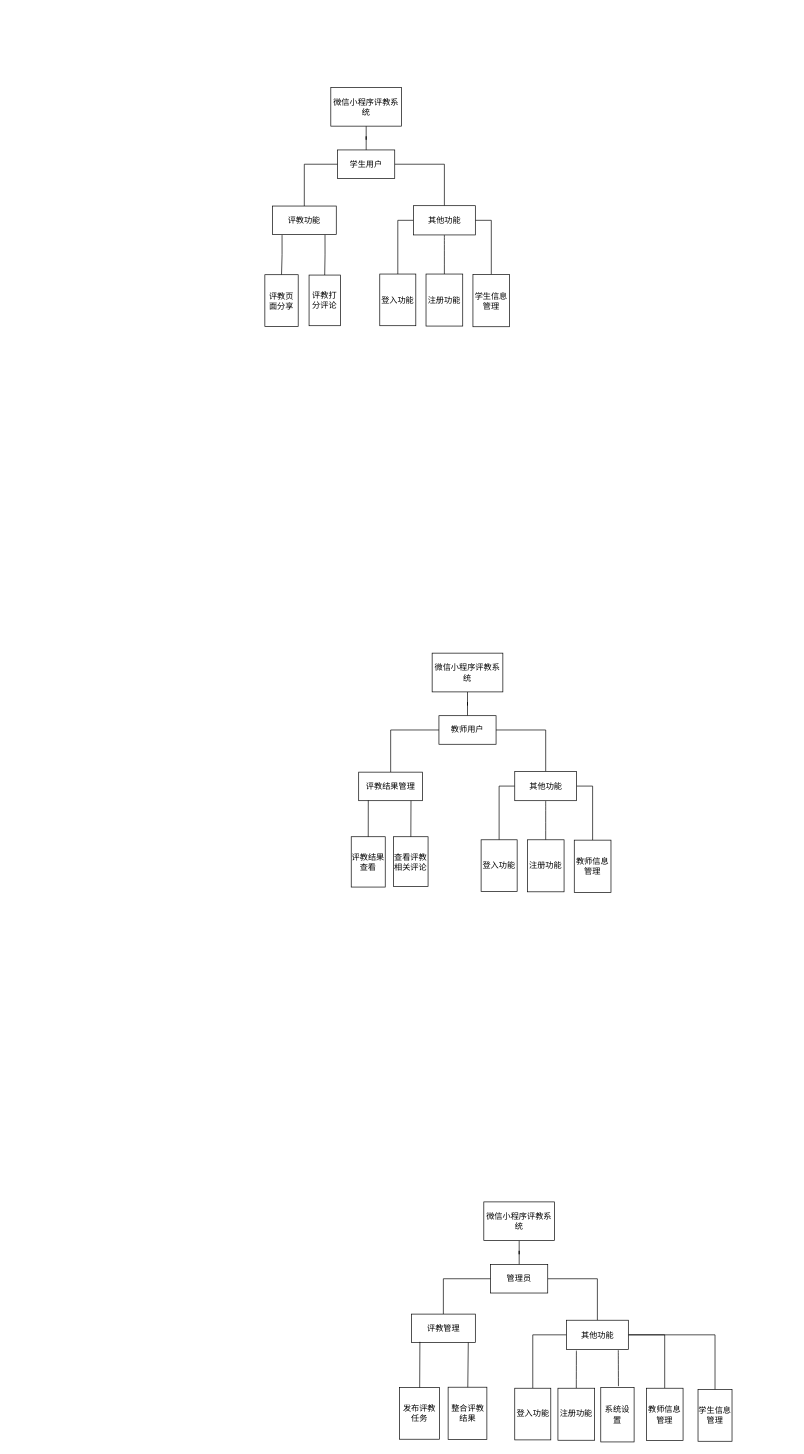
This is page "功能图" (6 of 7) of 未命名绘图.drawio from mao-user/2024code, a draw.io file, before an edit. Source tidied: cells renumbered, new cells numbered last; positions are measured from the earlier drawing's top-left corner, leaving out a move shared by most shapes. Both pictures are drawn from the tidied source at 68%, with x=0, y=0 at pixel (265, 87).
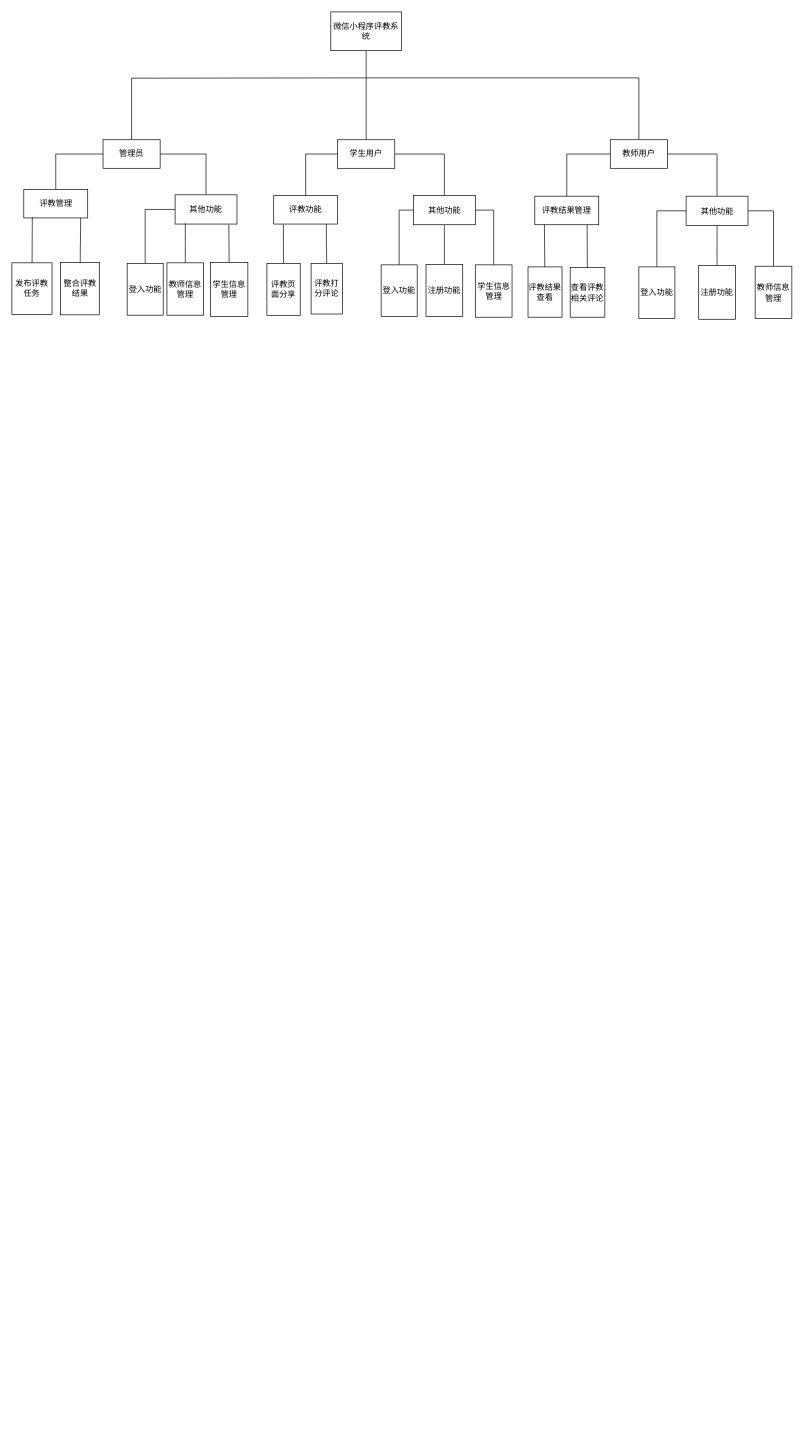
The same diagram, later.

Change to the diagram source:
```diff
@@
     <mxCell id="3" value="微信小程序评教系统" style="rounded=0;whiteSpace=wrap;html=1;" parent="1" vertex="1">
-      <mxGeometry x="97" width="104" height="57" as="geometry" />
+      <mxGeometry x="97" y="-111" width="104" height="57" as="geometry" />
     </mxCell>
-    <mxCell id="4" style="edgeStyle=orthogonalEdgeStyle;rounded=0;jettySize=auto;html=1;entryX=0.5;entryY=0;entryDx=0;entryDy=0;fontSize=12;startSize=8;endSize=8;endArrow=none;startFill=0;" parent="1" edge="1" source="6" target="9">
-      <mxGeometry relative="1" as="geometry" />
-    </mxCell>
@@
     <mxCell id="6" value="学生用户" style="rounded=0;whiteSpace=wrap;html=1;" parent="1" vertex="1">
-      <mxGeometry x="107" y="92" width="84" height="42" as="geometry" />
+      <mxGeometry x="107" y="77" width="84" height="42" as="geometry" />
     </mxCell>
@@
+    <mxCell id="58" style="edgeStyle=orthogonalEdgeStyle;rounded=0;jettySize=auto;html=1;exitX=0.5;exitY=0;exitDx=0;exitDy=0;entryX=0;entryY=0.5;entryDx=0;entryDy=0;fontSize=12;startSize=8;endSize=8;endArrow=none;startFill=0;" parent="1" edge="1" source="9" target="6">
+      <mxGeometry relative="1" as="geometry" />
+    </mxCell>
     <mxCell id="9" value="评教功能" style="rounded=0;whiteSpace=wrap;html=1;" parent="1" vertex="1">
-      <mxGeometry x="11" y="174.5" width="94" height="42" as="geometry" />
+      <mxGeometry x="13" y="159" width="94" height="42" as="geometry" />
     </mxCell>
@@
     <mxCell id="13" value="其他功能" style="rounded=0;whiteSpace=wrap;html=1;" parent="1" vertex="1">
-      <mxGeometry x="218.5" y="174" width="91" height="43" as="geometry" />
+      <mxGeometry x="218.5" y="159" width="91" height="43" as="geometry" />
     </mxCell>
     <mxCell id="14" value="评教页面分享" style="rounded=0;whiteSpace=wrap;html=1;" parent="1" vertex="1">
-      <mxGeometry y="275.5" width="49" height="76" as="geometry" />
+      <mxGeometry x="3" y="259.2" width="49" height="76" as="geometry" />
     </mxCell>
     <mxCell id="15" value="评教打分评论" style="rounded=0;whiteSpace=wrap;html=1;" parent="1" vertex="1">
-      <mxGeometry x="65" y="276" width="46" height="74.5" as="geometry" />
+      <mxGeometry x="68" y="258.8" width="46" height="74.5" as="geometry" />
     </mxCell>
     <mxCell id="16" value="登入功能" style="rounded=0;whiteSpace=wrap;html=1;" parent="1" vertex="1">
-      <mxGeometry x="169" y="274.5" width="53" height="76" as="geometry" />
+      <mxGeometry x="171" y="261" width="53" height="76" as="geometry" />
     </mxCell>
     <mxCell id="17" value="注册功能" style="rounded=0;whiteSpace=wrap;html=1;" parent="1" vertex="1">
-      <mxGeometry x="237" y="274.5" width="54" height="76.5" as="geometry" />
+      <mxGeometry x="237" y="260.5" width="54" height="76.5" as="geometry" />
     </mxCell>
     <mxCell id="18" value="学生信息管理" style="rounded=0;whiteSpace=wrap;html=1;" parent="1" vertex="1">
-      <mxGeometry x="306" y="275" width="54" height="77" as="geometry" />
+      <mxGeometry x="309.5" y="261" width="54" height="77" as="geometry" />
     </mxCell>
-    <mxCell id="19" style="edgeStyle=orthogonalEdgeStyle;rounded=0;jettySize=auto;html=1;fontSize=12;startSize=8;endSize=8;endArrow=none;endFill=1;startFill=0;" parent="1" edge="1" source="20" target="23">
-      <mxGeometry relative="1" as="geometry" />
-    </mxCell>
-    <mxCell id="20" value="微信小程序评教系统" style="rounded=0;whiteSpace=wrap;html=1;" parent="1" vertex="1">
-      <mxGeometry x="246" y="832" width="104" height="57" as="geometry" />
-    </mxCell>
+    <mxCell id="59" style="edgeStyle=orthogonalEdgeStyle;rounded=0;jettySize=auto;html=1;fontSize=12;startSize=8;endSize=8;endArrow=none;endFill=1;startFill=0;" parent="1" edge="1" target="23">
+      <mxGeometry relative="1" as="geometry">
+        <mxPoint x="149" y="-14" as="sourcePoint" />
+        <Array as="points">
+          <mxPoint x="550" y="-14" />
+        </Array>
+      </mxGeometry>
+    </mxCell>
@@
-    <mxCell id="22" style="edgeStyle=orthogonalEdgeStyle;rounded=0;jettySize=auto;html=1;entryX=0.5;entryY=0;entryDx=0;entryDy=0;fontSize=12;startSize=8;endSize=8;exitX=1;exitY=0.5;exitDx=0;exitDy=0;endArrow=none;startFill=0;" parent="1" edge="1" source="23" target="28">
-      <mxGeometry relative="1" as="geometry" />
-    </mxCell>
+    <mxCell id="60" style="edgeStyle=orthogonalEdgeStyle;rounded=0;jettySize=auto;html=1;entryX=0.5;entryY=0;entryDx=0;entryDy=0;fontSize=12;startSize=8;endSize=8;exitX=1;exitY=0.5;exitDx=0;exitDy=0;endArrow=none;startFill=0;" parent="1" edge="1" source="23" target="64">
+      <mxGeometry relative="1" as="geometry" />
+    </mxCell>
     <mxCell id="23" value="教师用户" style="rounded=0;whiteSpace=wrap;html=1;" parent="1" vertex="1">
-      <mxGeometry x="256" y="924" width="84" height="42" as="geometry" />
+      <mxGeometry x="508" y="77" width="84" height="42" as="geometry" />
     </mxCell>
     <mxCell id="24" value="评教结果管理" style="rounded=0;whiteSpace=wrap;html=1;" parent="1" vertex="1">
-      <mxGeometry x="138" y="1007" width="94" height="42" as="geometry" />
+      <mxGeometry x="397" y="160" width="94" height="42" as="geometry" />
     </mxCell>
-    <mxCell id="25" style="edgeStyle=orthogonalEdgeStyle;rounded=0;jettySize=auto;html=1;exitX=0;exitY=0.5;exitDx=0;exitDy=0;entryX=0.5;entryY=0;entryDx=0;entryDy=0;fontSize=12;startSize=8;endSize=8;endArrow=none;startFill=0;" parent="1" edge="1" source="28" target="31">
-      <mxGeometry relative="1" as="geometry" />
-    </mxCell>
-    <mxCell id="26" style="edgeStyle=none;curved=1;rounded=0;jettySize=auto;html=1;exitX=0.5;exitY=1;exitDx=0;exitDy=0;entryX=0.5;entryY=0;entryDx=0;entryDy=0;fontSize=12;startSize=8;endSize=8;endArrow=none;startFill=0;" parent="1" edge="1" source="28" target="32">
-      <mxGeometry relative="1" as="geometry" />
-    </mxCell>
-    <mxCell id="27" style="edgeStyle=orthogonalEdgeStyle;rounded=0;jettySize=auto;html=1;exitX=1;exitY=0.5;exitDx=0;exitDy=0;entryX=0.5;entryY=0;entryDx=0;entryDy=0;fontSize=12;startSize=8;endSize=8;endArrow=none;startFill=0;" parent="1" edge="1" source="28" target="33">
-      <mxGeometry relative="1" as="geometry" />
-    </mxCell>
-    <mxCell id="28" value="其他功能" style="rounded=0;whiteSpace=wrap;html=1;" parent="1" vertex="1">
-      <mxGeometry x="367.5" y="1006" width="91" height="43" as="geometry" />
-    </mxCell>
+    <mxCell id="61" style="edgeStyle=orthogonalEdgeStyle;rounded=0;jettySize=auto;html=1;exitX=0;exitY=0.5;exitDx=0;exitDy=0;entryX=0.5;entryY=0;entryDx=0;entryDy=0;fontSize=12;startSize=8;endSize=8;endArrow=none;startFill=0;" parent="1" edge="1" source="64" target="65">
+      <mxGeometry relative="1" as="geometry" />
+    </mxCell>
+    <mxCell id="62" style="edgeStyle=none;curved=1;rounded=0;jettySize=auto;html=1;exitX=0.5;exitY=1;exitDx=0;exitDy=0;entryX=0.5;entryY=0;entryDx=0;entryDy=0;fontSize=12;startSize=8;endSize=8;endArrow=none;startFill=0;" parent="1" edge="1" source="64" target="66">
+      <mxGeometry relative="1" as="geometry" />
+    </mxCell>
+    <mxCell id="63" style="edgeStyle=orthogonalEdgeStyle;rounded=0;jettySize=auto;html=1;exitX=1;exitY=0.5;exitDx=0;exitDy=0;entryX=0.5;entryY=0;entryDx=0;entryDy=0;fontSize=12;startSize=8;endSize=8;endArrow=none;startFill=0;" parent="1" edge="1" source="64" target="67">
+      <mxGeometry relative="1" as="geometry" />
+    </mxCell>
+    <mxCell id="64" value="其他功能" style="rounded=0;whiteSpace=wrap;html=1;" parent="1" vertex="1">
+      <mxGeometry x="619.5" y="160" width="91" height="43" as="geometry" />
+    </mxCell>
     <mxCell id="29" value="评教结果查看" style="rounded=0;whiteSpace=wrap;html=1;" parent="1" vertex="1">
-      <mxGeometry x="127" y="1102" width="50" height="74" as="geometry" />
+      <mxGeometry x="387" y="264" width="50" height="74" as="geometry" />
     </mxCell>
     <mxCell id="30" value="查看评教相关评论" style="rounded=0;whiteSpace=wrap;html=1;" parent="1" vertex="1">
-      <mxGeometry x="189" y="1102" width="51" height="73" as="geometry" />
+      <mxGeometry x="449" y="265" width="51" height="73" as="geometry" />
     </mxCell>
-    <mxCell id="31" value="登入功能" style="rounded=0;whiteSpace=wrap;html=1;" parent="1" vertex="1">
-      <mxGeometry x="318" y="1106.5" width="53" height="76" as="geometry" />
-    </mxCell>
-    <mxCell id="32" value="注册功能" style="rounded=0;whiteSpace=wrap;html=1;" parent="1" vertex="1">
-      <mxGeometry x="386" y="1106.5" width="54" height="76.5" as="geometry" />
-    </mxCell>
-    <mxCell id="33" value="教师信息管理" style="rounded=0;whiteSpace=wrap;html=1;" parent="1" vertex="1">
-      <mxGeometry x="455" y="1107" width="54" height="77" as="geometry" />
-    </mxCell>
-    <mxCell id="34" style="edgeStyle=orthogonalEdgeStyle;rounded=0;jettySize=auto;html=1;fontSize=12;startSize=8;endSize=8;endArrow=none;startFill=0;" parent="1" edge="1" source="35" target="38">
-      <mxGeometry relative="1" as="geometry" />
-    </mxCell>
-    <mxCell id="35" value="微信小程序评教系统" style="rounded=0;whiteSpace=wrap;html=1;" parent="1" vertex="1">
-      <mxGeometry x="322" y="1639" width="104" height="57" as="geometry" />
-    </mxCell>
+    <mxCell id="65" value="登入功能" style="rounded=0;whiteSpace=wrap;html=1;" parent="1" vertex="1">
+      <mxGeometry x="550" y="264" width="53" height="76" as="geometry" />
+    </mxCell>
+    <mxCell id="66" value="注册功能" style="rounded=0;whiteSpace=wrap;html=1;" parent="1" vertex="1">
+      <mxGeometry x="638" y="262" width="54" height="79" as="geometry" />
+    </mxCell>
+    <mxCell id="67" value="教师信息管理" style="rounded=0;whiteSpace=wrap;html=1;" parent="1" vertex="1">
+      <mxGeometry x="721" y="263" width="54" height="77" as="geometry" />
+    </mxCell>
+    <mxCell id="54" style="edgeStyle=none;rounded=0;jettySize=auto;html=1;entryX=0.15;entryY=0.989;entryDx=0;entryDy=0;entryPerimeter=0;endArrow=none;startFill=0;" parent="1" edge="1" source="29" target="24">
+      <mxGeometry relative="1" as="geometry" />
+    </mxCell>
+    <mxCell id="55" style="edgeStyle=none;rounded=0;jettySize=auto;html=1;entryX=0.818;entryY=1.002;entryDx=0;entryDy=0;entryPerimeter=0;endArrow=none;startFill=0;" parent="1" edge="1" source="30" target="24">
+      <mxGeometry relative="1" as="geometry" />
+    </mxCell>
+    <mxCell id="68" style="edgeStyle=orthogonalEdgeStyle;rounded=0;jettySize=auto;html=1;fontSize=12;startSize=8;endSize=8;endArrow=none;startFill=0;" parent="1" edge="1" target="38">
+      <mxGeometry relative="1" as="geometry">
+        <mxPoint x="149" y="-14" as="sourcePoint" />
+      </mxGeometry>
+    </mxCell>
@@
-    <mxCell id="37" style="edgeStyle=orthogonalEdgeStyle;rounded=0;jettySize=auto;html=1;entryX=0.5;entryY=0;entryDx=0;entryDy=0;fontSize=12;startSize=8;endSize=8;exitX=1;exitY=0.5;exitDx=0;exitDy=0;endArrow=none;startFill=0;" parent="1" edge="1" source="38" target="45">
-      <mxGeometry relative="1" as="geometry" />
-    </mxCell>
+    <mxCell id="69" style="edgeStyle=orthogonalEdgeStyle;rounded=0;jettySize=auto;html=1;entryX=0.5;entryY=0;entryDx=0;entryDy=0;fontSize=12;startSize=8;endSize=8;exitX=1;exitY=0.5;exitDx=0;exitDy=0;endArrow=none;startFill=0;" parent="1" edge="1" source="38" target="71">
+      <mxGeometry relative="1" as="geometry" />
+    </mxCell>
     <mxCell id="38" value="管理员" style="rounded=0;whiteSpace=wrap;html=1;" parent="1" vertex="1">
-      <mxGeometry x="332" y="1731" width="84" height="42" as="geometry" />
+      <mxGeometry x="-238" y="77" width="84" height="42" as="geometry" />
     </mxCell>
     <mxCell id="39" value="评教管理" style="rounded=0;whiteSpace=wrap;html=1;" parent="1" vertex="1">
-      <mxGeometry x="215.5" y="1804" width="94" height="42" as="geometry" />
+      <mxGeometry x="-354.5" y="150" width="94" height="42" as="geometry" />
     </mxCell>
-    <mxCell id="40" style="edgeStyle=orthogonalEdgeStyle;rounded=0;jettySize=auto;html=1;exitX=0;exitY=0.5;exitDx=0;exitDy=0;entryX=0.5;entryY=0;entryDx=0;entryDy=0;fontSize=12;startSize=8;endSize=8;endArrow=none;startFill=0;" parent="1" edge="1" source="45" target="48">
-      <mxGeometry relative="1" as="geometry" />
-    </mxCell>
-    <mxCell id="41" style="edgeStyle=none;curved=1;rounded=0;jettySize=auto;html=1;exitX=0.161;exitY=1.04;exitDx=0;exitDy=0;entryX=0.5;entryY=0;entryDx=0;entryDy=0;fontSize=12;startSize=8;endSize=8;exitPerimeter=0;endArrow=none;startFill=0;" parent="1" edge="1" source="45" target="49">
-      <mxGeometry relative="1" as="geometry" />
-    </mxCell>
-    <mxCell id="42" style="edgeStyle=orthogonalEdgeStyle;rounded=0;jettySize=auto;html=1;exitX=1;exitY=0.5;exitDx=0;exitDy=0;entryX=0.5;entryY=0;entryDx=0;entryDy=0;fontSize=12;startSize=8;endSize=8;endArrow=none;startFill=0;" parent="1" edge="1" source="45" target="50">
-      <mxGeometry relative="1" as="geometry" />
-    </mxCell>
-    <mxCell id="43" style="edgeStyle=orthogonalEdgeStyle;rounded=0;jettySize=auto;html=1;exitX=1;exitY=0.5;exitDx=0;exitDy=0;fontSize=12;startSize=8;endSize=8;entryX=0.5;entryY=0;entryDx=0;entryDy=0;endArrow=none;startFill=0;" parent="1" edge="1" source="45" target="52">
-      <mxGeometry relative="1" as="geometry" />
-    </mxCell>
-    <mxCell id="44" style="edgeStyle=none;curved=1;rounded=0;jettySize=auto;html=1;exitX=0.838;exitY=1.024;exitDx=0;exitDy=0;fontSize=12;startSize=8;endSize=8;exitPerimeter=0;endArrow=none;startFill=0;" parent="1" edge="1" source="45">
-      <mxGeometry relative="1" as="geometry">
-        <mxPoint x="520" y="1910" as="targetPoint" />
-      </mxGeometry>
-    </mxCell>
-    <mxCell id="45" value="其他功能" style="rounded=0;whiteSpace=wrap;html=1;" parent="1" vertex="1">
-      <mxGeometry x="443.5" y="1813" width="91" height="43" as="geometry" />
-    </mxCell>
+    <mxCell id="70" style="edgeStyle=orthogonalEdgeStyle;rounded=0;jettySize=auto;html=1;exitX=0;exitY=0.5;exitDx=0;exitDy=0;entryX=0.5;entryY=0;entryDx=0;entryDy=0;fontSize=12;startSize=8;endSize=8;endArrow=none;startFill=0;" parent="1" edge="1" source="71" target="72">
+      <mxGeometry relative="1" as="geometry" />
+    </mxCell>
+    <mxCell id="71" value="其他功能" style="rounded=0;whiteSpace=wrap;html=1;" parent="1" vertex="1">
+      <mxGeometry x="-132" y="158" width="91" height="43" as="geometry" />
+    </mxCell>
     <mxCell id="46" value="发布评教任务" style="rounded=0;whiteSpace=wrap;html=1;" parent="1" vertex="1">
-      <mxGeometry x="198" y="1912" width="59" height="76" as="geometry" />
+      <mxGeometry x="-372" y="258" width="59" height="76" as="geometry" />
     </mxCell>
     <mxCell id="47" value="整合评教结果" style="rounded=0;whiteSpace=wrap;html=1;" parent="1" vertex="1">
-      <mxGeometry x="269.5" y="1911.5" width="57" height="77" as="geometry" />
+      <mxGeometry x="-300.5" y="257.5" width="57" height="77" as="geometry" />
     </mxCell>
-    <mxCell id="48" value="登入功能" style="rounded=0;whiteSpace=wrap;html=1;" parent="1" vertex="1">
-      <mxGeometry x="367.5" y="1913" width="53" height="76" as="geometry" />
-    </mxCell>
-    <mxCell id="49" value="注册功能" style="rounded=0;whiteSpace=wrap;html=1;" parent="1" vertex="1">
-      <mxGeometry x="431" y="1913" width="54" height="76.5" as="geometry" />
-    </mxCell>
-    <mxCell id="50" value="教师信息管理" style="rounded=0;whiteSpace=wrap;html=1;" parent="1" vertex="1">
-      <mxGeometry x="561" y="1913" width="54" height="77" as="geometry" />
-    </mxCell>
-    <mxCell id="51" style="edgeStyle=none;curved=1;rounded=0;orthogonalLoop=1;jettySize=auto;html=1;exitX=1;exitY=0.25;exitDx=0;exitDy=0;fontSize=12;startSize=8;endSize=8;" parent="1" edge="1" source="48" target="48">
-      <mxGeometry relative="1" as="geometry" />
-    </mxCell>
+    <mxCell id="72" value="登入功能" style="rounded=0;whiteSpace=wrap;html=1;" parent="1" vertex="1">
+      <mxGeometry x="-202.5" y="259" width="53" height="76" as="geometry" />
+    </mxCell>
+    <mxCell id="73" style="edgeStyle=none;curved=1;rounded=0;jettySize=auto;html=1;exitX=0.5;exitY=0;exitDx=0;exitDy=0;fontSize=12;startSize=8;endSize=8;endArrow=none;startFill=0;" parent="1" edge="1" source="74">
+      <mxGeometry relative="1" as="geometry">
+        <mxPoint x="-117" y="200" as="targetPoint" />
+      </mxGeometry>
+    </mxCell>
+    <mxCell id="74" value="教师信息管理" style="rounded=0;whiteSpace=wrap;html=1;" parent="1" vertex="1">
+      <mxGeometry x="-144" y="258" width="54" height="77" as="geometry" />
+    </mxCell>
+    <mxCell id="75" style="edgeStyle=none;curved=1;rounded=0;orthogonalLoop=1;jettySize=auto;html=1;exitX=1;exitY=0.25;exitDx=0;exitDy=0;fontSize=12;startSize=8;endSize=8;" parent="1" edge="1" source="72" target="72">
+      <mxGeometry relative="1" as="geometry" />
+    </mxCell>
+    <mxCell id="76" style="edgeStyle=none;curved=1;rounded=0;jettySize=auto;html=1;exitX=0.5;exitY=0;exitDx=0;exitDy=0;fontSize=12;startSize=8;endSize=8;endArrow=none;startFill=0;" parent="1" edge="1" source="52">
+      <mxGeometry relative="1" as="geometry">
+        <mxPoint x="-53" y="202" as="targetPoint" />
+      </mxGeometry>
+    </mxCell>
     <mxCell id="52" value="学生信息管理" style="rounded=0;whiteSpace=wrap;html=1;" parent="1" vertex="1">
-      <mxGeometry x="637" y="1915" width="50" height="76" as="geometry" />
+      <mxGeometry x="-80" y="257.5" width="55" height="79.5" as="geometry" />
     </mxCell>
-    <mxCell id="53" value="系统设置" style="rounded=0;whiteSpace=wrap;html=1;" parent="1" vertex="1">
-      <mxGeometry x="494" y="1912" width="49" height="80" as="geometry" />
-    </mxCell>
-    <mxCell id="54" style="edgeStyle=none;rounded=0;jettySize=auto;html=1;entryX=0.15;entryY=0.989;entryDx=0;entryDy=0;entryPerimeter=0;endArrow=none;startFill=0;" parent="1" edge="1" source="29" target="24">
-      <mxGeometry relative="1" as="geometry" />
-    </mxCell>
-    <mxCell id="55" style="edgeStyle=none;rounded=0;jettySize=auto;html=1;entryX=0.818;entryY=1.002;entryDx=0;entryDy=0;entryPerimeter=0;endArrow=none;startFill=0;" parent="1" edge="1" source="30" target="24">
-      <mxGeometry relative="1" as="geometry" />
-    </mxCell>
```
